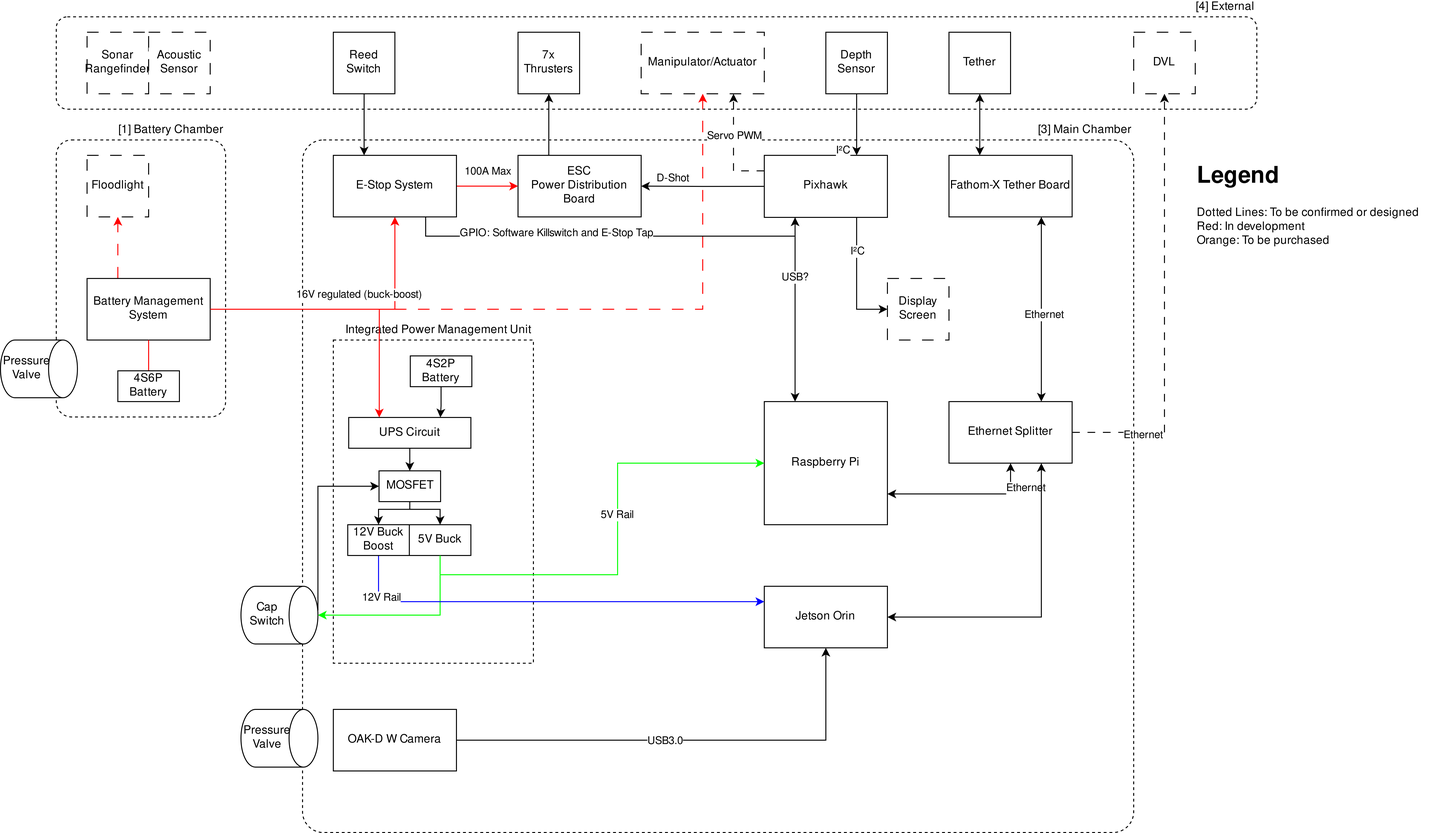
Before: elec-block-v2-Block Diagram.drawio.png, a diagram exported from draw.io (SOAR-UWU/Nemo-Hardware). Source tidied: cells renumbered, new cells last; positions are measured from the earlier drawing's top-left corner, leaving out a move shared by most shapes.
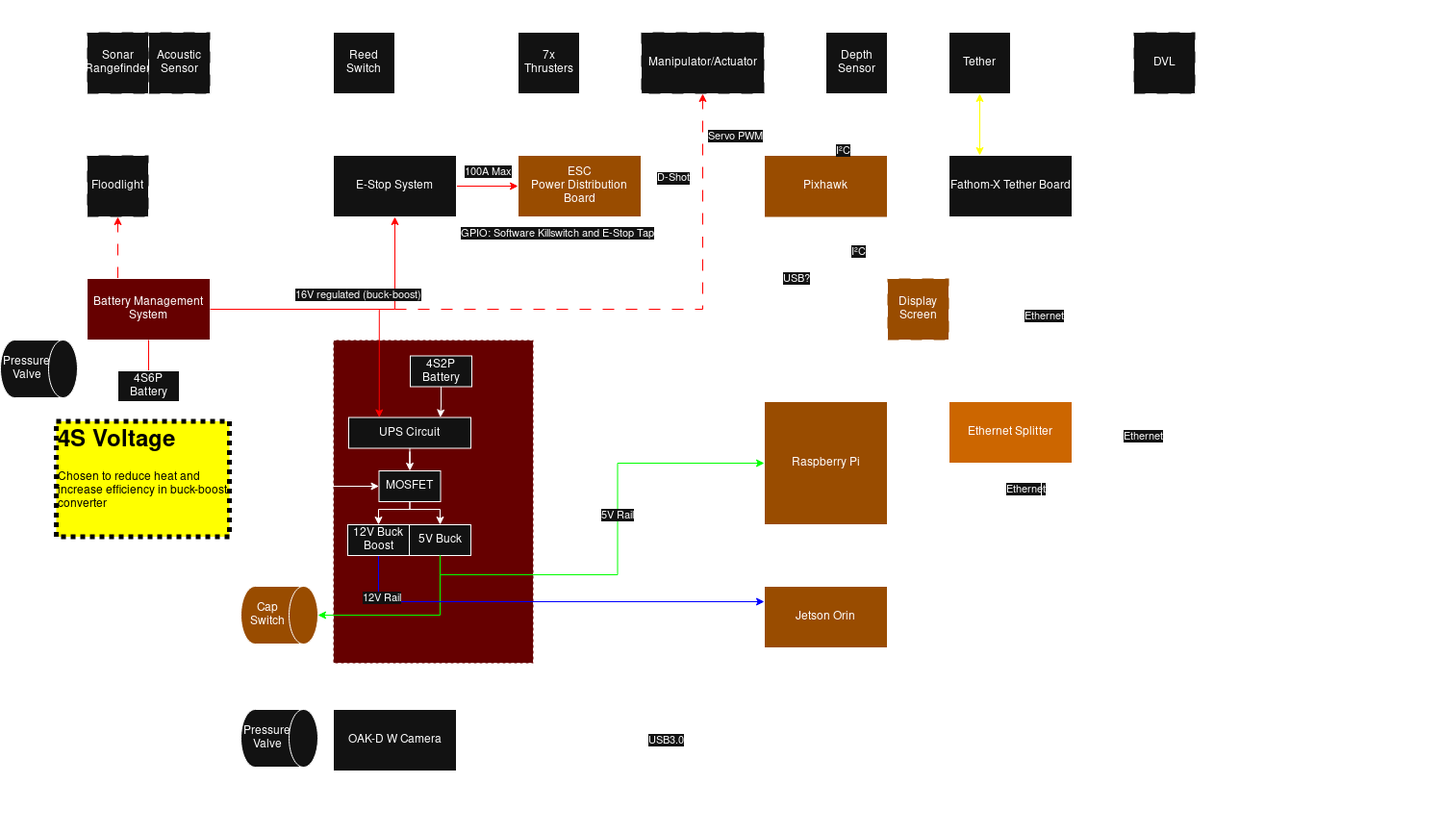
Later version of the same file.

Commit message:
fix: colours are bad on normal save

The edit, as a diff of the source:
```diff
@@ -2,22 +2,22 @@
   <root>
     <mxCell id="0" />
     <mxCell id="1" parent="0" />
-    <mxCell id="2" value="[3] Main Chamber" style="rounded=1;whiteSpace=wrap;html=1;dashed=1;labelPosition=center;verticalLabelPosition=top;align=right;verticalAlign=bottom;fillColor=none;arcSize=3;" parent="1" vertex="1">
+    <mxCell id="2" value="[3] Main Chamber" style="rounded=0;whiteSpace=wrap;html=1;dashed=1;labelPosition=center;verticalLabelPosition=top;align=right;verticalAlign=bottom;fillColor=none;arcSize=3;" parent="1" vertex="1">
       <mxGeometry x="304" y="128" width="864" height="720" as="geometry" />
     </mxCell>
     <mxCell id="3" value="Integrated Power Management Unit" style="rounded=0;whiteSpace=wrap;html=1;dashed=1;verticalAlign=bottom;labelPosition=center;verticalLabelPosition=top;align=right;fillColor=light-dark(#FFFFFF,#660000);" parent="1" vertex="1">
       <mxGeometry x="336" y="336" width="208" height="336" as="geometry" />
     </mxCell>
-    <mxCell id="4" value="[4]&amp;nbsp;External" style="rounded=1;whiteSpace=wrap;html=1;dashed=1;labelPosition=center;verticalLabelPosition=top;align=right;verticalAlign=bottom;fillColor=none;arcSize=12;" parent="1" vertex="1">
+    <mxCell id="4" value="[4]&amp;nbsp;External" style="rounded=0;whiteSpace=wrap;html=1;dashed=1;labelPosition=center;verticalLabelPosition=top;align=right;verticalAlign=bottom;fillColor=none;arcSize=12;" parent="1" vertex="1">
       <mxGeometry x="48" width="1248" height="96" as="geometry" />
     </mxCell>
-    <mxCell id="5" value="[1] Battery Chamber" style="rounded=1;whiteSpace=wrap;html=1;dashed=1;labelPosition=center;verticalLabelPosition=top;align=right;verticalAlign=bottom;fillColor=none;arcSize=9;" parent="1" vertex="1">
+    <mxCell id="5" value="[1] Battery Chamber" style="rounded=0;whiteSpace=wrap;html=1;dashed=1;labelPosition=center;verticalLabelPosition=top;align=right;verticalAlign=bottom;fillColor=none;arcSize=9;" parent="1" vertex="1">
       <mxGeometry x="48" y="128" width="176" height="288" as="geometry" />
     </mxCell>
     <mxCell id="6" style="edgeStyle=orthogonalEdgeStyle;rounded=0;jettySize=auto;html=1;strokeColor=light-dark(#FF0000,#FF0000);entryX=0.5;entryY=1;entryDx=0;entryDy=0;exitX=1;exitY=0.5;exitDx=0;exitDy=0;" parent="1" edge="1" source="10" target="33">
       <mxGeometry relative="1" as="geometry" />
     </mxCell>
-    <mxCell id="7" value="16V regulated (buck-boost)" style="edgeLabel;html=1;align=center;verticalAlign=middle;" parent="6" vertex="1">
+    <mxCell id="7" value="16V regulated (buck-boost)" style="edgeLabel;html=1;align=center;verticalAlign=middle;rounded=0;" parent="6" vertex="1">
       <mxGeometry x="-0.32" y="2" relative="1" as="geometry">
         <mxPoint x="56" y="-14" as="offset" />
       </mxGeometry>
@@ -40,7 +40,7 @@
     <mxCell id="13" style="edgeStyle=orthogonalEdgeStyle;rounded=0;jettySize=auto;html=1;startArrow=classic;startFill=1;entryX=0.25;entryY=1;entryDx=0;entryDy=0;exitX=0.25;exitY=0;exitDx=0;exitDy=0;" parent="1" edge="1" source="18" target="40">
       <mxGeometry x="0.15" relative="1" as="geometry" />
     </mxCell>
-    <mxCell id="14" value="USB?" style="edgeLabel;html=1;align=center;verticalAlign=middle;" parent="13" vertex="1">
+    <mxCell id="14" value="USB?" style="edgeLabel;html=1;align=center;verticalAlign=middle;rounded=0;" parent="13" vertex="1">
       <mxGeometry x="0.19" y="1" relative="1" as="geometry">
         <mxPoint x="1" y="-15" as="offset" />
       </mxGeometry>
@@ -48,7 +48,7 @@
     <mxCell id="15" style="edgeStyle=orthogonalEdgeStyle;rounded=0;jettySize=auto;html=1;startArrow=classic;startFill=1;exitX=1;exitY=0.75;exitDx=0;exitDy=0;entryX=0.5;entryY=1;entryDx=0;entryDy=0;" parent="1" edge="1" source="18" target="53">
       <mxGeometry relative="1" as="geometry" />
     </mxCell>
-    <mxCell id="16" value="Ethernet" style="edgeLabel;html=1;align=center;verticalAlign=middle;" parent="15" vertex="1">
+    <mxCell id="16" value="Ethernet" style="edgeLabel;html=1;align=center;verticalAlign=middle;rounded=0;" parent="15" vertex="1">
       <mxGeometry x="0.67" relative="1" as="geometry">
         <mxPoint x="15" as="offset" />
       </mxGeometry>
@@ -80,7 +80,7 @@
     <mxCell id="25" style="edgeStyle=orthogonalEdgeStyle;rounded=0;jettySize=auto;html=1;entryX=0.5;entryY=1;entryDx=0;entryDy=0;" parent="1" edge="1" source="27" target="24">
       <mxGeometry relative="1" as="geometry" />
     </mxCell>
-    <mxCell id="26" value="USB3.0" style="edgeLabel;html=1;align=center;verticalAlign=middle;" parent="25" vertex="1">
+    <mxCell id="26" value="USB3.0" style="edgeLabel;html=1;align=center;verticalAlign=middle;rounded=0;" parent="25" vertex="1">
       <mxGeometry x="-0.1" relative="1" as="geometry" />
     </mxCell>
     <mxCell id="27" value="OAK-D W Camera" style="rounded=0;whiteSpace=wrap;html=1;" parent="1" vertex="1">
@@ -92,7 +92,7 @@
     <mxCell id="29" style="edgeStyle=orthogonalEdgeStyle;rounded=0;jettySize=auto;html=1;entryX=0;entryY=0.5;entryDx=0;entryDy=0;strokeColor=light-dark(#FF0000,#FF0000);" parent="1" edge="1" source="33" target="20">
       <mxGeometry relative="1" as="geometry" />
     </mxCell>
-    <mxCell id="30" value="100A Max" style="edgeLabel;html=1;align=center;verticalAlign=middle;" parent="29" vertex="1">
+    <mxCell id="30" value="100A Max" style="edgeLabel;html=1;align=center;verticalAlign=middle;rounded=0;" parent="29" vertex="1">
       <mxGeometry x="0.01" y="3" relative="1" as="geometry">
         <mxPoint y="-13" as="offset" />
       </mxGeometry>
@@ -106,7 +106,7 @@
         </Array>
       </mxGeometry>
     </mxCell>
-    <mxCell id="32" value="GPIO: Software Killswitch and E-Stop Tap" style="edgeLabel;html=1;align=center;verticalAlign=middle;" parent="31" vertex="1">
+    <mxCell id="32" value="GPIO: Software Killswitch and E-Stop Tap" style="edgeLabel;html=1;align=center;verticalAlign=middle;rounded=0;" parent="31" vertex="1">
       <mxGeometry x="-0.39" y="3" relative="1" as="geometry">
         <mxPoint x="13" y="-1" as="offset" />
       </mxGeometry>
@@ -117,7 +117,7 @@
     <mxCell id="34" style="edgeStyle=orthogonalEdgeStyle;rounded=0;jettySize=auto;html=1;entryX=1;entryY=0.5;entryDx=0;entryDy=0;exitX=0;exitY=0.5;exitDx=0;exitDy=0;" parent="1" edge="1" source="40" target="20">
       <mxGeometry relative="1" as="geometry" />
     </mxCell>
-    <mxCell id="35" value="D-Shot" style="edgeLabel;html=1;align=center;verticalAlign=bottom;" parent="34" vertex="1">
+    <mxCell id="35" value="D-Shot" style="edgeLabel;html=1;align=center;verticalAlign=bottom;rounded=0;" parent="34" vertex="1">
       <mxGeometry x="0.12" y="-4" relative="1" as="geometry">
         <mxPoint x="-24" y="4" as="offset" />
       </mxGeometry>
@@ -125,13 +125,13 @@
     <mxCell id="36" style="edgeStyle=orthogonalEdgeStyle;rounded=0;jettySize=auto;html=1;dashed=1;dashPattern=8 8;entryX=0.75;entryY=1;entryDx=0;entryDy=0;exitX=0;exitY=0.25;exitDx=0;exitDy=0;" parent="1" edge="1" source="40" target="47">
       <mxGeometry relative="1" as="geometry" />
     </mxCell>
-    <mxCell id="37" value="Servo PWM" style="edgeLabel;html=1;align=center;verticalAlign=middle;" parent="36" vertex="1">
+    <mxCell id="37" value="Servo PWM" style="edgeLabel;html=1;align=center;verticalAlign=middle;rounded=0;" parent="36" vertex="1">
       <mxGeometry x="0.24" y="-1" relative="1" as="geometry" />
     </mxCell>
     <mxCell id="38" style="edgeStyle=orthogonalEdgeStyle;rounded=0;jettySize=auto;html=1;entryX=0;entryY=0.5;entryDx=0;entryDy=0;exitX=0.75;exitY=1;exitDx=0;exitDy=0;" parent="1" edge="1" source="40" target="57">
       <mxGeometry relative="1" as="geometry" />
     </mxCell>
-    <mxCell id="39" value="I²C" style="edgeLabel;html=1;align=center;verticalAlign=middle;" parent="38" vertex="1">
+    <mxCell id="39" value="I²C" style="edgeLabel;html=1;align=center;verticalAlign=middle;rounded=0;" parent="38" vertex="1">
       <mxGeometry x="-0.45" y="1" relative="1" as="geometry" />
     </mxCell>
     <mxCell id="40" value="Pixhawk" style="rounded=0;whiteSpace=wrap;html=1;fillColor=light-dark(#FFFFFF,#994C00);" parent="1" vertex="1">
@@ -149,7 +149,7 @@
     <mxCell id="44" style="edgeStyle=orthogonalEdgeStyle;rounded=0;jettySize=auto;html=1;exitX=0.5;exitY=1;exitDx=0;exitDy=0;entryX=0.75;entryY=0;entryDx=0;entryDy=0;" parent="1" edge="1" source="46" target="40">
       <mxGeometry relative="1" as="geometry" />
     </mxCell>
-    <mxCell id="45" value="I²C" style="edgeLabel;html=1;align=center;verticalAlign=middle;" parent="44" vertex="1">
+    <mxCell id="45" value="I²C" style="edgeLabel;html=1;align=center;verticalAlign=middle;rounded=0;" parent="44" vertex="1">
       <mxGeometry x="0.84" y="1" relative="1" as="geometry">
         <mxPoint x="-16" y="-1" as="offset" />
       </mxGeometry>
@@ -160,25 +160,25 @@
     <mxCell id="47" value="Manipulator/Actuator" style="rounded=0;whiteSpace=wrap;html=1;dashed=1;dashPattern=12 12;glass=0;" parent="1" vertex="1">
       <mxGeometry x="656" y="16" width="128" height="64" as="geometry" />
     </mxCell>
-    <mxCell id="48" value="Pressure Valve" style="shape=cylinder3;whiteSpace=wrap;html=1;boundedLbl=1;backgroundOutline=1;size=15;rotation=90;horizontal=0;" parent="1" vertex="1">
+    <mxCell id="48" value="Pressure Valve" style="shape=cylinder3;whiteSpace=wrap;html=1;boundedLbl=1;backgroundOutline=1;size=15;rotation=90;horizontal=0;rounded=0;" parent="1" vertex="1">
       <mxGeometry x="250" y="710" width="60" height="80" as="geometry" />
     </mxCell>
     <mxCell id="49" style="edgeStyle=orthogonalEdgeStyle;rounded=0;jettySize=auto;html=1;startArrow=classic;startFill=1;entryX=0.75;entryY=1;entryDx=0;entryDy=0;exitX=0.75;exitY=0;exitDx=0;exitDy=0;" parent="1" edge="1" source="53" target="42">
       <mxGeometry relative="1" as="geometry" />
     </mxCell>
-    <mxCell id="50" value="Ethernet" style="edgeLabel;html=1;align=center;verticalAlign=middle;" parent="49" vertex="1">
+    <mxCell id="50" value="Ethernet" style="edgeLabel;html=1;align=center;verticalAlign=middle;rounded=0;" parent="49" vertex="1">
       <mxGeometry x="-0.07" y="-2" relative="1" as="geometry" />
     </mxCell>
     <mxCell id="51" style="edgeStyle=orthogonalEdgeStyle;rounded=0;jettySize=auto;html=1;entryX=0.5;entryY=1;entryDx=0;entryDy=0;exitX=1;exitY=0.5;exitDx=0;exitDy=0;dashed=1;dashPattern=8 8;" parent="1" edge="1" source="53" target="63">
       <mxGeometry relative="1" as="geometry" />
     </mxCell>
-    <mxCell id="52" value="Ethernet" style="edgeLabel;html=1;align=center;verticalAlign=middle;" parent="51" vertex="1">
+    <mxCell id="52" value="Ethernet" style="edgeLabel;html=1;align=center;verticalAlign=middle;rounded=0;" parent="51" vertex="1">
       <mxGeometry x="-0.68" y="-3" relative="1" as="geometry" />
     </mxCell>
     <mxCell id="53" value="Ethernet Splitter" style="rounded=0;whiteSpace=wrap;html=1;fillColor=light-dark(#FFFFFF,#CC6600);" parent="1" vertex="1">
       <mxGeometry x="976" y="400" width="128" height="64" as="geometry" />
     </mxCell>
-    <mxCell id="54" value="Pressure Valve" style="shape=cylinder3;whiteSpace=wrap;html=1;boundedLbl=1;backgroundOutline=1;size=15;rotation=90;horizontal=0;" parent="1" vertex="1">
+    <mxCell id="54" value="Pressure Valve" style="shape=cylinder3;whiteSpace=wrap;html=1;boundedLbl=1;backgroundOutline=1;size=15;rotation=90;horizontal=0;rounded=0;" parent="1" vertex="1">
       <mxGeometry y="326" width="60" height="80" as="geometry" />
     </mxCell>
     <mxCell id="55" value="Floodlight" style="rounded=0;whiteSpace=wrap;html=1;dashed=1;dashPattern=12 12;" parent="1" vertex="1">
@@ -198,13 +198,13 @@
         </Array>
       </mxGeometry>
     </mxCell>
-    <mxCell id="59" value="Cap Switch" style="shape=cylinder3;whiteSpace=wrap;html=1;boundedLbl=1;backgroundOutline=1;size=15;rotation=90;horizontal=0;fillColor=light-dark(#FFFFFF,#994C00);" parent="1" vertex="1">
+    <mxCell id="59" value="Cap Switch" style="shape=cylinder3;whiteSpace=wrap;html=1;boundedLbl=1;backgroundOutline=1;size=15;rotation=90;horizontal=0;fillColor=light-dark(#FFFFFF,#994C00);rounded=0;" parent="1" vertex="1">
       <mxGeometry x="250" y="582" width="60" height="80" as="geometry" />
     </mxCell>
     <mxCell id="60" style="edgeStyle=orthogonalEdgeStyle;rounded=0;jettySize=auto;html=1;strokeColor=light-dark(#00FF00,#00FF00);jumpStyle=arc;exitX=0.5;exitY=1;exitDx=0;exitDy=0;entryX=0;entryY=0.5;entryDx=0;entryDy=0;" parent="1" edge="1" source="28" target="18">
       <mxGeometry relative="1" as="geometry" />
     </mxCell>
-    <mxCell id="61" value="&lt;div&gt;5V Rail&lt;/div&gt;" style="edgeLabel;html=1;align=center;verticalAlign=middle;" parent="60" vertex="1">
+    <mxCell id="61" value="&lt;div&gt;5V Rail&lt;/div&gt;" style="edgeLabel;html=1;align=center;verticalAlign=middle;rounded=0;" parent="60" vertex="1">
       <mxGeometry x="0.13" y="1" relative="1" as="geometry" />
     </mxCell>
     <mxCell id="62" style="edgeStyle=orthogonalEdgeStyle;rounded=0;jettySize=auto;html=1;entryX=0.5;entryY=0;entryDx=0;entryDy=0;entryPerimeter=0;strokeColor=light-dark(#00FF00,#00FF00);exitX=0.5;exitY=1;exitDx=0;exitDy=0;" parent="1" edge="1" source="28" target="59">
@@ -225,7 +225,7 @@
     <mxCell id="67" style="edgeStyle=orthogonalEdgeStyle;rounded=0;jettySize=auto;html=1;entryX=0;entryY=0.25;entryDx=0;entryDy=0;exitX=0.5;exitY=1;exitDx=0;exitDy=0;strokeColor=light-dark(#0000FF,#0000FF);" parent="1" edge="1" source="69" target="24">
       <mxGeometry x="-0.03" relative="1" as="geometry" />
     </mxCell>
-    <mxCell id="68" value="12V Rail" style="edgeLabel;html=1;align=center;verticalAlign=middle;" parent="67" vertex="1">
+    <mxCell id="68" value="12V Rail" style="edgeLabel;html=1;align=center;verticalAlign=middle;rounded=0;" parent="67" vertex="1">
       <mxGeometry x="-0.81" y="2" relative="1" as="geometry" />
     </mxCell>
     <mxCell id="69" value="12V Buck Boost" style="rounded=0;whiteSpace=wrap;html=1;" parent="1" vertex="1">
```
